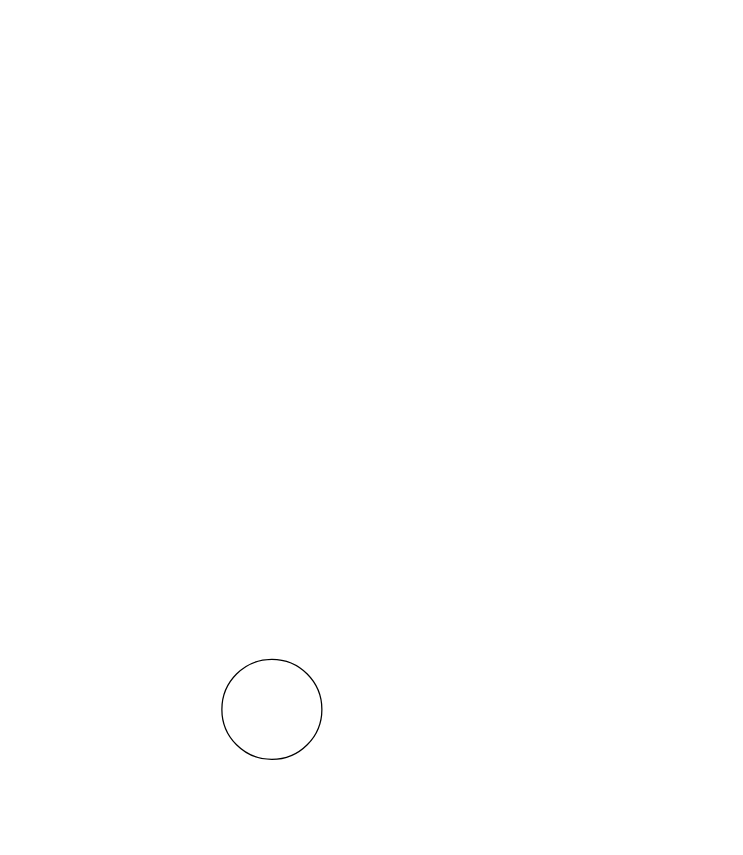
The draw.io diagram knowledge_graph.drawio in bluefantasy2014/draw.io, before the edit. Source tidied: cells renumbered, new cells numbered last; positions are measured from the earlier drawing's top-left corner, leaving out a move shared by most shapes. Both pictures are drawn from the tidied source at 125%, with x=0, y=0 at pixel (221, 659).
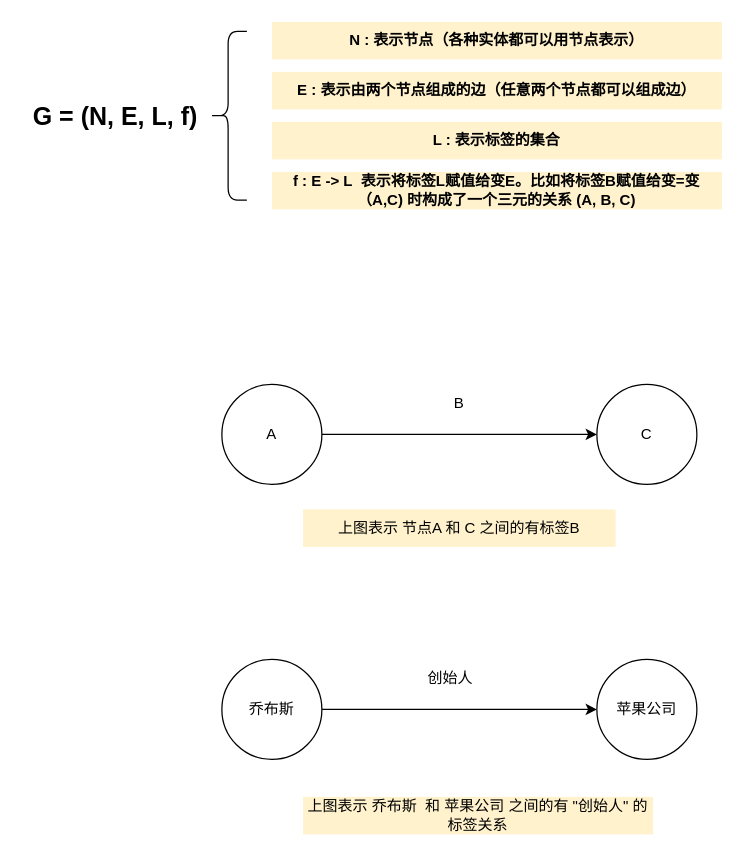
After the change.

The edit, as a diff of the source:
```diff
@@
 <mxGraphModel>
   <root>
     <mxCell id="0" />
     <mxCell id="1" parent="0" />
+    <mxCell id="3" style="edgeStyle=orthogonalEdgeStyle;rounded=0;jettySize=auto;html=1;exitX=1;exitY=0.5;exitDx=0;exitDy=0;" parent="1" edge="1" source="2" target="4">
+      <mxGeometry relative="1" as="geometry" />
+    </mxCell>
-    <mxCell id="2" style="ellipse;whiteSpace=wrap;html=1;" parent="1" vertex="1">
+    <mxCell id="2" value="乔布斯" style="ellipse;whiteSpace=wrap;html=1;" parent="1" vertex="1">
       <mxGeometry width="80" height="80" as="geometry" />
     </mxCell>
+    <mxCell id="4" value="苹果公司" style="ellipse;whiteSpace=wrap;html=1;" parent="1" vertex="1">
+      <mxGeometry x="300" width="80" height="80" as="geometry" />
+    </mxCell>
+    <mxCell id="5" value="创始人" style="text;html=1;whiteSpace=wrap;strokeColor=none;fillColor=none;align=center;verticalAlign=middle;rounded=0;" parent="1" vertex="1">
+      <mxGeometry x="153" width="60" height="30" as="geometry" />
+    </mxCell>
+    <mxCell id="6" style="edgeStyle=orthogonalEdgeStyle;rounded=0;jettySize=auto;html=1;exitX=1;exitY=0.5;exitDx=0;exitDy=0;" parent="1" edge="1" source="7" target="8">
+      <mxGeometry relative="1" as="geometry" />
+    </mxCell>
+    <mxCell id="7" value="A" style="ellipse;whiteSpace=wrap;html=1;" parent="1" vertex="1">
+      <mxGeometry y="-220" width="80" height="80" as="geometry" />
+    </mxCell>
+    <mxCell id="8" value="C" style="ellipse;whiteSpace=wrap;html=1;" parent="1" vertex="1">
+      <mxGeometry x="300" y="-220" width="80" height="80" as="geometry" />
+    </mxCell>
+    <mxCell id="9" value="B" style="text;html=1;whiteSpace=wrap;strokeColor=none;fillColor=none;align=center;verticalAlign=middle;rounded=0;" parent="1" vertex="1">
+      <mxGeometry x="160" y="-220" width="60" height="30" as="geometry" />
+    </mxCell>
+    <mxCell id="10" value="&lt;font style=&quot;font-size: 20px;&quot;&gt;&lt;b&gt;G = (N, E, L, f)&lt;/b&gt;&lt;/font&gt;" style="text;html=1;whiteSpace=wrap;strokeColor=none;fillColor=none;align=center;verticalAlign=middle;rounded=0;" parent="1" vertex="1">
+      <mxGeometry x="-160" y="-450" width="150" height="30" as="geometry" />
+    </mxCell>
+    <mxCell id="11" value="&lt;b&gt;N : 表示节点（各种实体都可以用节点表示）&lt;/b&gt;" style="text;html=1;whiteSpace=wrap;strokeColor=none;fillColor=#fff2cc;align=center;verticalAlign=middle;rounded=0;" parent="1" vertex="1">
+      <mxGeometry x="40" y="-510" width="360" height="30" as="geometry" />
+    </mxCell>
+    <mxCell id="12" value="&lt;b&gt;E : 表示由两个节点组成的边（任意两个节点都可以组成边）&lt;/b&gt;" style="text;html=1;whiteSpace=wrap;strokeColor=none;fillColor=#fff2cc;align=center;verticalAlign=middle;rounded=0;" parent="1" vertex="1">
+      <mxGeometry x="40" y="-470" width="360" height="30" as="geometry" />
+    </mxCell>
+    <mxCell id="13" value="&lt;b&gt;L : 表示标签的集合&lt;/b&gt;" style="text;html=1;whiteSpace=wrap;strokeColor=none;fillColor=#fff2cc;align=center;verticalAlign=middle;rounded=0;" parent="1" vertex="1">
+      <mxGeometry x="40" y="-430" width="360" height="30" as="geometry" />
+    </mxCell>
+    <mxCell id="14" value="&lt;b&gt;f : E -&amp;gt; L&amp;nbsp; 表示将标签L赋值给变E。比如将标签B赋值给变=变（A,C) 时构成了一个三元的关系 (A, B, C)&lt;/b&gt;" style="text;html=1;whiteSpace=wrap;strokeColor=none;fillColor=#fff2cc;align=center;verticalAlign=middle;rounded=0;" parent="1" vertex="1">
+      <mxGeometry x="40" y="-390" width="360" height="30" as="geometry" />
+    </mxCell>
+    <mxCell id="15" style="shape=curlyBracket;whiteSpace=wrap;html=1;rounded=1;labelPosition=left;verticalLabelPosition=middle;align=right;verticalAlign=middle;" parent="1" vertex="1">
+      <mxGeometry x="-10" y="-502.5" width="30" height="135" as="geometry" />
+    </mxCell>
+    <mxCell id="16" value="上图表示 节点A 和 C 之间的有标签B" style="text;html=1;whiteSpace=wrap;strokeColor=none;fillColor=#fff2cc;align=center;verticalAlign=middle;rounded=0;" parent="1" vertex="1">
+      <mxGeometry x="65" y="-120" width="250" height="30" as="geometry" />
+    </mxCell>
+    <mxCell id="17" value="上图表示 乔布斯&amp;nbsp; 和 苹果公司 之间的有 &quot;创始人&quot; 的标签关系" style="text;html=1;whiteSpace=wrap;strokeColor=none;fillColor=#fff2cc;align=center;verticalAlign=middle;rounded=0;" parent="1" vertex="1">
+      <mxGeometry x="65" y="110" width="280" height="30" as="geometry" />
+    </mxCell>
   </root>
 </mxGraphModel>
```
